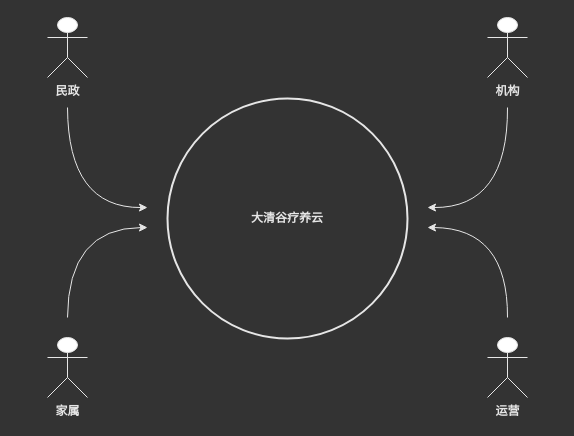
This is page "beginner_level" (1 of 3) of src/work/wyjz/daqinggu/recuperation_overview.drawio from ab-doc/draw.io, a draw.io file, before an edit. Source tidied: cells renumbered, new cells numbered last; positions are measured from the earlier drawing's top-left corner, leaving out a move shared by most shapes. Both pictures are drawn from the tidied source at 100%, with x=0, y=0 at pixel (47, 17).
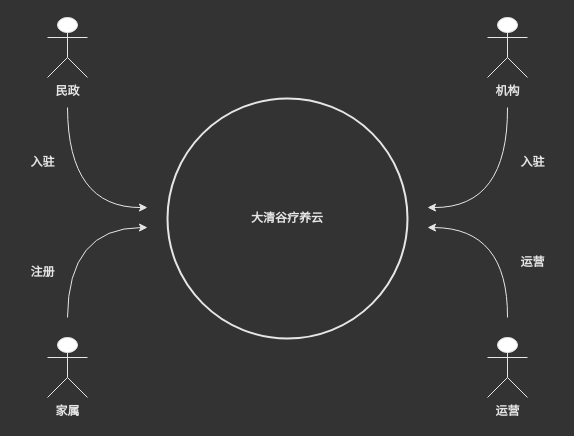
The same page after the edit.

Diff of the diagram source:
```diff
@@
 <mxGraphModel background="#333333">
   <root>
     <mxCell id="0" />
     <mxCell id="1" parent="0" />
     <mxCell id="2" value="机构" style="shape=umlActor;verticalLabelPosition=bottom;verticalAlign=top;html=1;fillColor=#FFFFFF;strokeColor=#E6E6E6;fontColor=#E6E6E6;fontStyle=1;" parent="1" vertex="1">
       <mxGeometry x="440" width="40" height="60" as="geometry" />
     </mxCell>
     <mxCell id="3" value="家属" style="shape=umlActor;verticalLabelPosition=bottom;verticalAlign=top;html=1;strokeColor=#E6E6E6;fontColor=#E6E6E6;fontStyle=1;" parent="1" vertex="1">
       <mxGeometry y="320" width="40" height="60" as="geometry" />
     </mxCell>
     <mxCell id="4" value="民政" style="shape=umlActor;verticalLabelPosition=bottom;verticalAlign=top;html=1;strokeColor=#E6E6E6;fontColor=#E6E6E6;fontStyle=1;" parent="1" vertex="1">
       <mxGeometry width="40" height="60" as="geometry" />
     </mxCell>
     <mxCell id="5" style="edgeStyle=orthogonalEdgeStyle;rounded=0;orthogonalLoop=1;jettySize=auto;html=1;startArrow=classic;startFill=1;endArrow=none;endFill=0;curved=1;strokeColor=#E6E6E6;" parent="1" edge="1">
       <mxGeometry relative="1" as="geometry">
         <mxPoint x="100" y="190" as="sourcePoint" />
         <mxPoint x="20" y="90" as="targetPoint" />
       </mxGeometry>
     </mxCell>
     <mxCell id="6" style="edgeStyle=orthogonalEdgeStyle;rounded=0;orthogonalLoop=1;jettySize=auto;html=1;startArrow=classic;startFill=1;endArrow=none;endFill=0;curved=1;strokeColor=#E6E6E6;" parent="1" edge="1">
       <mxGeometry relative="1" as="geometry">
         <mxPoint x="100" y="210" as="sourcePoint" />
         <mxPoint x="20" y="300" as="targetPoint" />
       </mxGeometry>
     </mxCell>
     <mxCell id="7" style="edgeStyle=orthogonalEdgeStyle;rounded=0;orthogonalLoop=1;jettySize=auto;html=1;startArrow=classic;startFill=1;endArrow=none;endFill=0;curved=1;strokeColor=#E6E6E6;" parent="1" edge="1">
       <mxGeometry relative="1" as="geometry">
         <mxPoint x="380" y="190" as="sourcePoint" />
         <mxPoint x="460" y="90" as="targetPoint" />
       </mxGeometry>
     </mxCell>
     <mxCell id="8" value="运营" style="shape=umlActor;verticalLabelPosition=bottom;verticalAlign=top;html=1;strokeColor=#E6E6E6;fontColor=#E6E6E6;fontStyle=1;" parent="1" vertex="1">
       <mxGeometry x="440" y="320" width="40" height="60" as="geometry" />
     </mxCell>
     <mxCell id="9" style="edgeStyle=orthogonalEdgeStyle;curved=1;rounded=0;orthogonalLoop=1;jettySize=auto;html=1;startArrow=classic;startFill=1;endArrow=none;endFill=0;strokeColor=#E6E6E6;" parent="1" edge="1">
       <mxGeometry relative="1" as="geometry">
         <mxPoint x="380" y="210" as="sourcePoint" />
         <mxPoint x="460" y="300" as="targetPoint" />
       </mxGeometry>
     </mxCell>
     <mxCell id="10" value="&lt;font color=&quot;#e6e6e6&quot;&gt;&lt;b&gt;大清谷疗养云&lt;/b&gt;&lt;/font&gt;" style="ellipse;whiteSpace=wrap;html=1;strokeColor=#E6E6E6;strokeWidth=2;fillColor=none;" parent="1" vertex="1">
       <mxGeometry x="120" y="81" width="240" height="240" as="geometry" />
     </mxCell>
+    <mxCell id="11" value="&lt;font color=&quot;#e6e6e6&quot;&gt;&lt;b&gt;入驻&lt;/b&gt;&lt;/font&gt;" style="text;html=1;align=center;verticalAlign=middle;strokeColor=none;fillColor=none;" parent="1" vertex="1">
+      <mxGeometry x="-30" y="130" width="50" height="30" as="geometry" />
+    </mxCell>
+    <mxCell id="12" value="&lt;font color=&quot;#e6e6e6&quot;&gt;&lt;b&gt;入驻&lt;/b&gt;&lt;/font&gt;" style="text;html=1;align=center;verticalAlign=middle;strokeColor=none;fillColor=none;" parent="1" vertex="1">
+      <mxGeometry x="460" y="130" width="50" height="30" as="geometry" />
+    </mxCell>
+    <mxCell id="13" value="&lt;font color=&quot;#e6e6e6&quot;&gt;&lt;b&gt;注册&lt;/b&gt;&lt;/font&gt;" style="text;html=1;align=center;verticalAlign=middle;strokeColor=none;fillColor=none;" parent="1" vertex="1">
+      <mxGeometry x="-30" y="240" width="50" height="30" as="geometry" />
+    </mxCell>
+    <mxCell id="14" value="&lt;font color=&quot;#e6e6e6&quot;&gt;&lt;b&gt;运营&lt;/b&gt;&lt;/font&gt;" style="text;html=1;align=center;verticalAlign=middle;strokeColor=none;fillColor=none;" parent="1" vertex="1">
+      <mxGeometry x="460" y="230" width="50" height="30" as="geometry" />
+    </mxCell>
   </root>
 </mxGraphModel>
```
